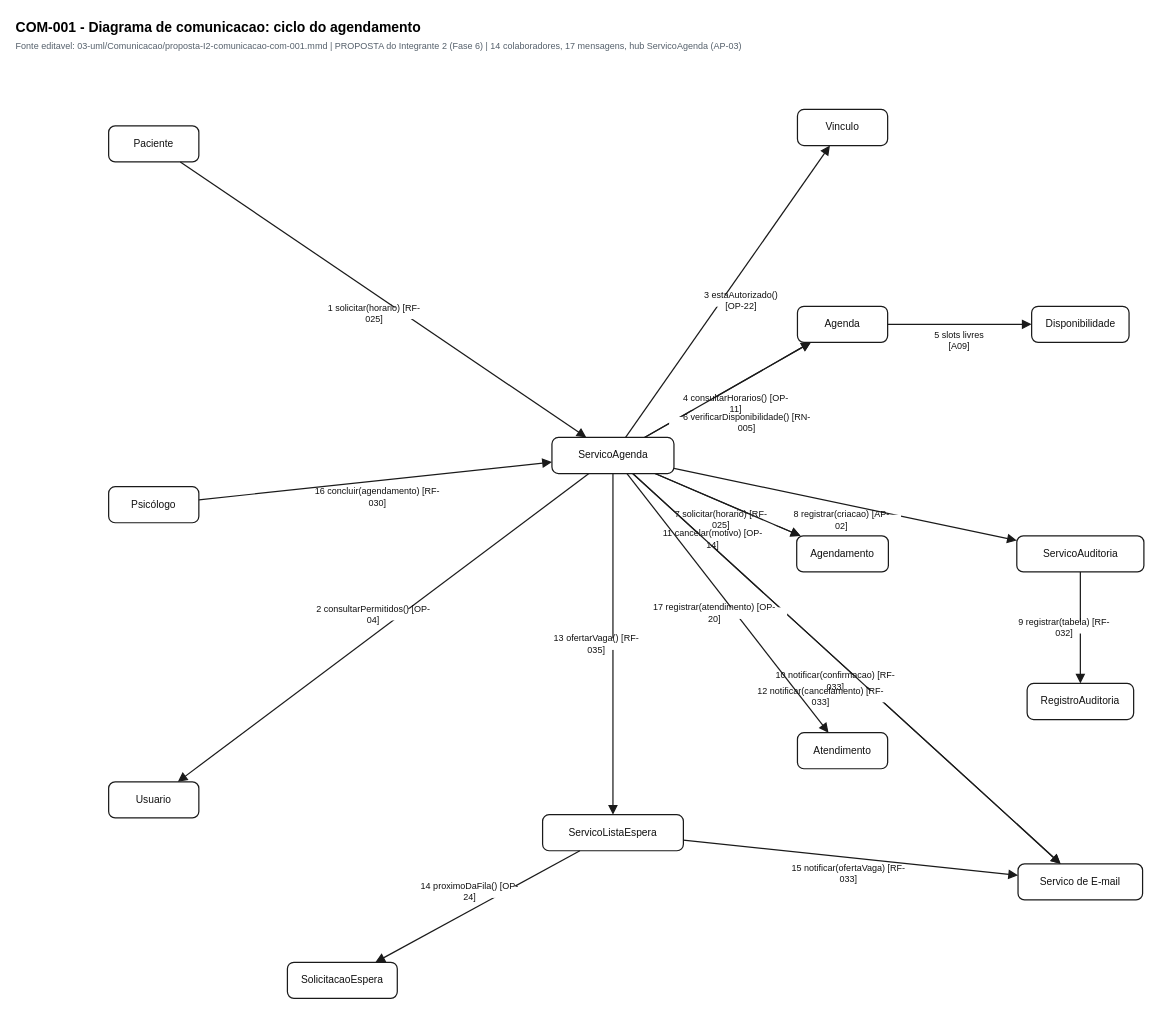
This is 03-uml/Comunicação/proposta-I2-comunicacao-com-001.drawio.xml from taiyo4/MOO-AV3, a draw.io file, before an edit. Source tidied: cells renumbered, new cells numbered last; positions are measured from the earlier drawing's top-left corner, leaving out a move shared by most shapes. Both pictures are drawn from the tidied source at 82%, with x=0, y=0 at pixel (14, 14).
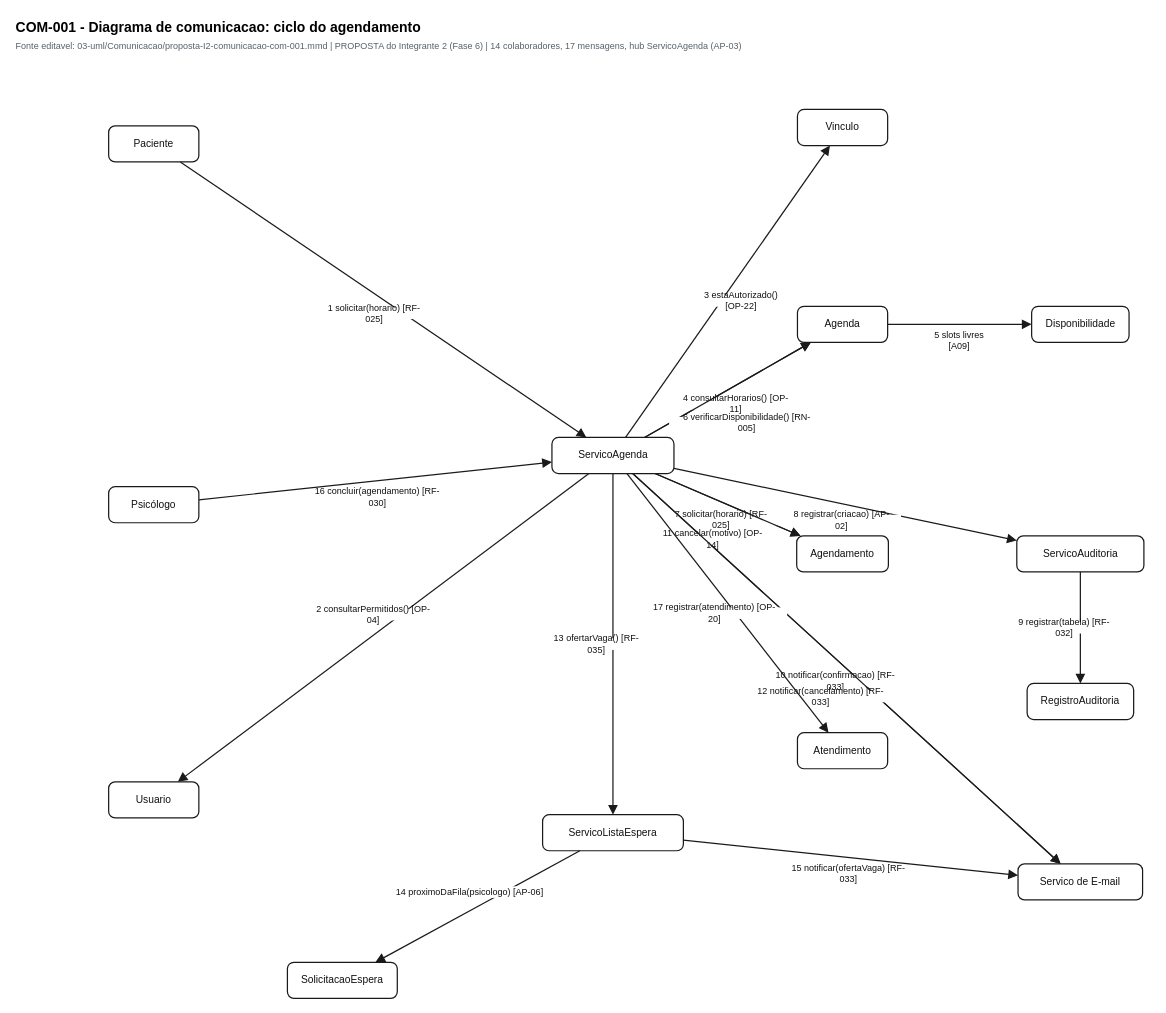
The same page after the edit.

Change to the diagram source:
```diff
@@
-    <mxCell id="73" value="14 proximoDaFila() [OP-24]" style="text;html=1;whiteSpace=wrap;align=center;verticalAlign=middle;strokeColor=none;fillColor=none;fontSize=11;fontColor=#111111;" parent="1" vertex="1">
-      <mxGeometry x="488.2" y="1063.4" width="134.5" height="14.1" as="geometry" />
+    <mxCell id="73" value="14 proximoDaFila(psicologo) [AP-06]" style="text;html=1;whiteSpace=wrap;align=center;verticalAlign=middle;strokeColor=none;fillColor=none;fontSize=11;fontColor=#111111;" parent="1" vertex="1">
+      <mxGeometry x="449.2" y="1063.4" width="212.5" height="14.1" as="geometry" />
     </mxCell>
```
